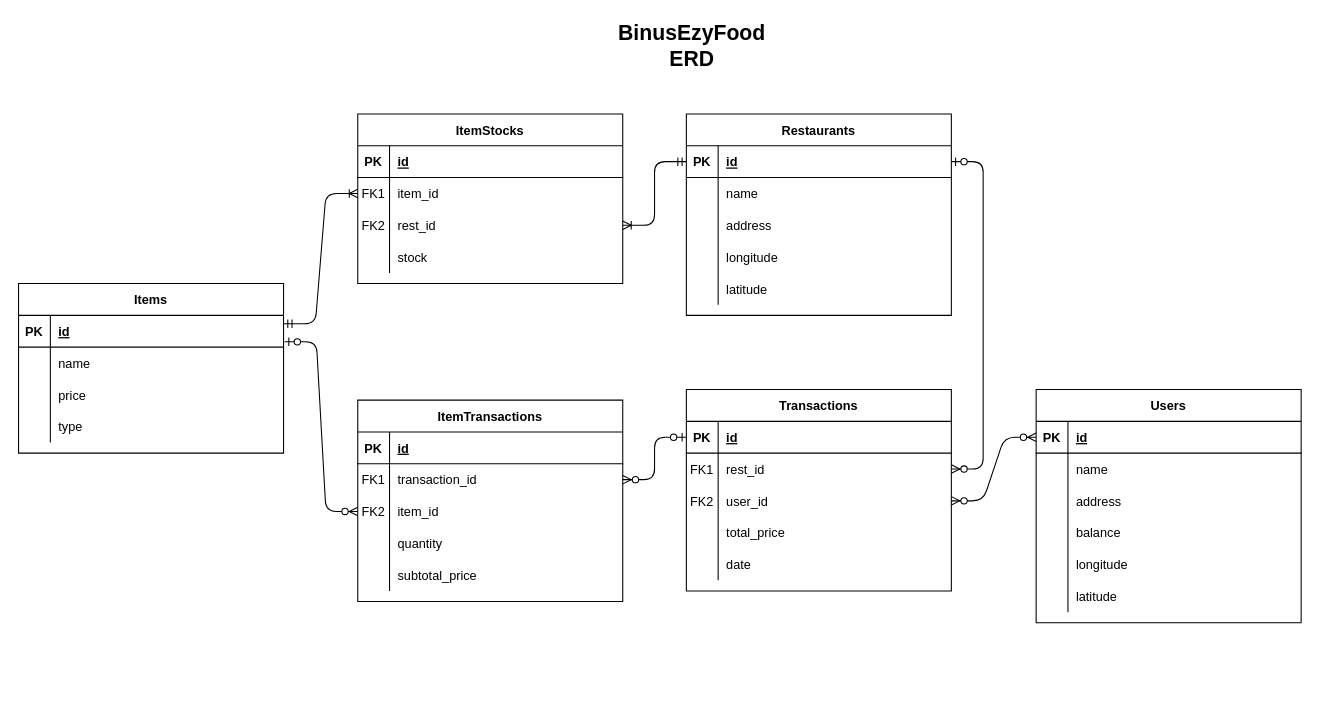
nurelhhh/BinusEzyFood keeps this draw.io diagram as erd/erd.drawio. Above is the earlier version. Source tidied: cells renumbered, new cells numbered last; positions are measured from the earlier drawing's top-left corner, leaving out a move shared by most shapes. Both pictures are drawn from the tidied source at 106%, with x=0, y=0 at pixel (18, 18).
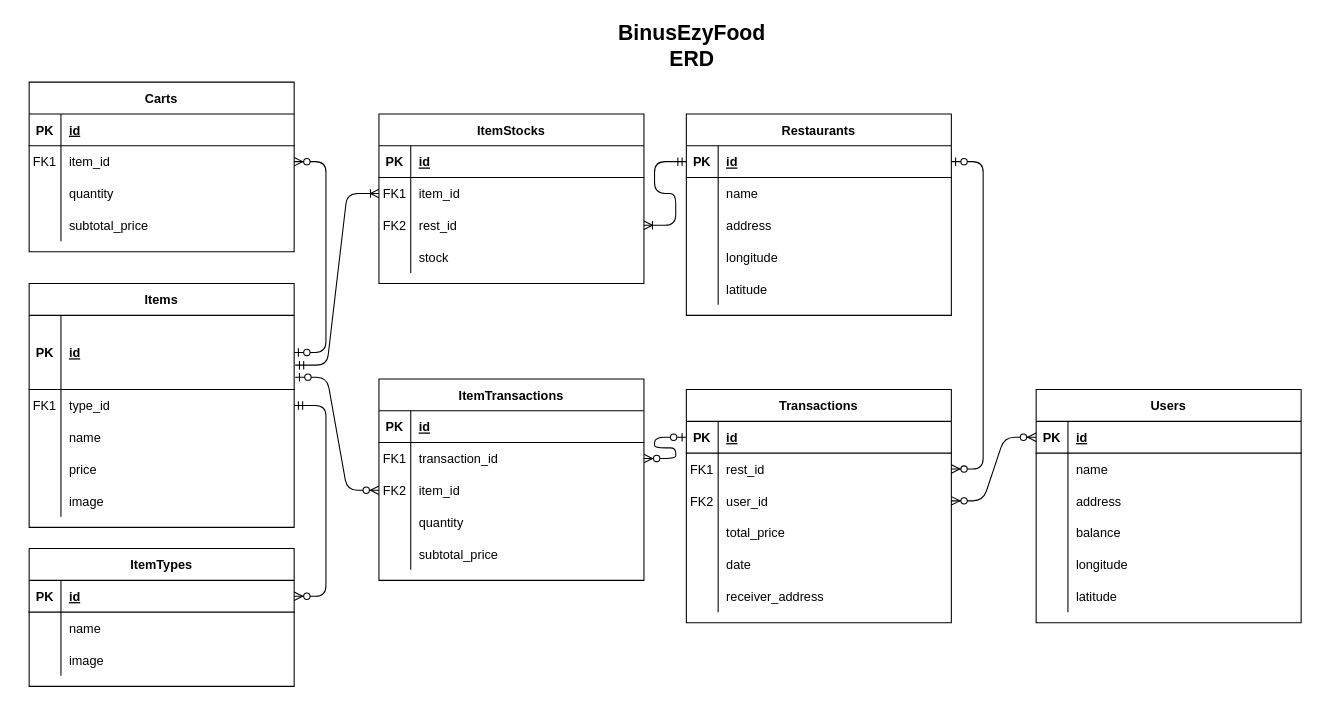
The same diagram, later.

Unchanged cells that the change refers to:
```xml
<mxCell id="35" style="shape=partialRectangle;fillColor=none;points=[[0,0.5],[1,0.5]];portConstraint=eastwest;top=0;left=0;right=0;bottom=0;" parent="31" vertex="1">
  <mxGeometry y="60" width="250" height="30" as="geometry" />
</mxCell>
```

What changed in the source:
```diff
@@
     <mxCell id="2" value="Items" style="shape=table;startSize=30;childLayout=tableLayout;rowLines=0;fontStyle=1;align=center;" parent="1" vertex="1">
-      <mxGeometry y="250" width="250" height="160" as="geometry" />
+      <mxGeometry x="10" y="250" width="250" height="230" as="geometry" />
     </mxCell>
     <mxCell id="3" style="shape=partialRectangle;fillColor=none;points=[[0,0.5],[1,0.5]];portConstraint=eastwest;top=0;left=0;right=0;bottom=1;" parent="2" vertex="1">
-      <mxGeometry y="30" width="250" height="30" as="geometry" />
+      <mxGeometry y="30" width="250" height="70" as="geometry" />
     </mxCell>
     <mxCell id="4" value="PK" style="shape=partialRectangle;overflow=hidden;fillColor=none;top=0;left=0;bottom=0;right=0;fontStyle=1;" parent="3" vertex="1">
-      <mxGeometry width="30" height="30" as="geometry" />
+      <mxGeometry width="30" height="70" as="geometry" />
     </mxCell>
     <mxCell id="5" value="id" style="shape=partialRectangle;overflow=hidden;fillColor=none;top=0;left=0;bottom=0;right=0;align=left;spacingLeft=6;fontStyle=5;" parent="3" vertex="1">
-      <mxGeometry x="30" width="220" height="30" as="geometry" />
+      <mxGeometry x="30" width="220" height="70" as="geometry" />
     </mxCell>
+    <mxCell id="12" style="shape=partialRectangle;fillColor=none;top=0;left=0;bottom=0;right=0;points=[[0,0.5],[1,0.5]];portConstraint=eastwest;" parent="2" vertex="1">
+      <mxGeometry y="100" width="250" height="30" as="geometry" />
+    </mxCell>
+    <mxCell id="13" value="FK1" style="shape=partialRectangle;fillColor=none;top=0;left=0;bottom=0;right=0;overflow=hidden;" parent="12" vertex="1">
+      <mxGeometry width="30" height="30" as="geometry" />
+    </mxCell>
+    <mxCell id="14" value="type_id" style="shape=partialRectangle;fillColor=none;top=0;left=0;bottom=0;right=0;align=left;spacingLeft=6;overflow=hidden;" parent="12" vertex="1">
+      <mxGeometry x="30" width="220" height="30" as="geometry" />
+    </mxCell>
     <mxCell id="6" style="shape=partialRectangle;fillColor=none;top=0;left=0;right=0;bottom=0;" parent="2" vertex="1">
-      <mxGeometry y="60" width="250" height="30" as="geometry" />
+      <mxGeometry y="130" width="250" height="30" as="geometry" />
     </mxCell>
@@
     <mxCell id="9" style="shape=partialRectangle;fillColor=none;top=0;left=0;bottom=0;right=0;" parent="2" vertex="1">
-      <mxGeometry y="90" width="250" height="30" as="geometry" />
+      <mxGeometry y="160" width="250" height="30" as="geometry" />
     </mxCell>
@@
-    <mxCell id="12" style="shape=partialRectangle;fillColor=none;top=0;left=0;bottom=0;right=0;points=[[0,0.5],[1,0.5]];portConstraint=eastwest;" parent="2" vertex="1">
-      <mxGeometry y="120" width="250" height="30" as="geometry" />
-    </mxCell>
-    <mxCell id="13" style="shape=partialRectangle;fillColor=none;top=0;left=0;bottom=0;right=0;overflow=hidden;" parent="12" vertex="1">
-      <mxGeometry width="30" height="30" as="geometry" />
-    </mxCell>
-    <mxCell id="14" value="type" style="shape=partialRectangle;fillColor=none;top=0;left=0;bottom=0;right=0;align=left;spacingLeft=6;overflow=hidden;" parent="12" vertex="1">
-      <mxGeometry x="30" width="220" height="30" as="geometry" />
-    </mxCell>
+    <mxCell id="102" style="shape=partialRectangle;fillColor=none;top=0;left=0;bottom=0;right=0;" parent="2" vertex="1">
+      <mxGeometry y="190" width="250" height="30" as="geometry" />
+    </mxCell>
+    <mxCell id="103" style="shape=partialRectangle;fillColor=none;top=0;left=0;bottom=0;right=0;overflow=hidden;" parent="102" vertex="1">
+      <mxGeometry width="30" height="30" as="geometry" />
+    </mxCell>
+    <mxCell id="104" value="image" style="shape=partialRectangle;fillColor=none;top=0;left=0;bottom=0;right=0;align=left;spacingLeft=6;overflow=hidden;" parent="102" vertex="1">
+      <mxGeometry x="30" width="220" height="30" as="geometry" />
+    </mxCell>
@@
     <mxCell id="31" value="ItemStocks" style="shape=table;startSize=30;childLayout=tableLayout;rowLines=0;fontStyle=1;align=center;" parent="1" vertex="1">
-      <mxGeometry x="320" y="90" width="250" height="160" as="geometry" />
+      <mxGeometry x="340" y="90" width="250" height="160" as="geometry" />
     </mxCell>
@@
-    <mxCell id="44" style="edgeStyle=entityRelationEdgeStyle;fontSize=12;html=1;endArrow=ERoneToMany;startArrow=ERmandOne;exitX=1;exitY=0.267;exitDx=0;exitDy=0;entryX=0;entryY=0.5;entryDx=0;entryDy=0;exitPerimeter=0;" parent="1" edge="1" source="3" target="35">
+    <mxCell id="44" style="edgeStyle=entityRelationEdgeStyle;fontSize=12;html=1;endArrow=ERoneToMany;startArrow=ERmandOne;exitX=1.004;exitY=0.671;exitDx=0;exitDy=0;entryX=0;entryY=0.5;entryDx=0;entryDy=0;exitPerimeter=0;" parent="1" edge="1" source="3" target="35">
       <mxGeometry relative="1" as="geometry" />
     </mxCell>
     <mxCell id="45" value="ItemTransactions" style="shape=table;startSize=30;childLayout=tableLayout;rowLines=0;fontStyle=1;align=center;" parent="1" vertex="1">
-      <mxGeometry x="320" y="360" width="250" height="190" as="geometry" />
+      <mxGeometry x="340" y="340" width="250" height="190" as="geometry" />
     </mxCell>
@@
     <mxCell id="61" value="Transactions" style="shape=table;startSize=30;childLayout=tableLayout;rowLines=0;fontStyle=1;align=center;" parent="1" vertex="1">
-      <mxGeometry x="630" y="350" width="250" height="190" as="geometry" />
+      <mxGeometry x="630" y="350" width="250" height="220" as="geometry" />
     </mxCell>
@@
+    <mxCell id="105" style="shape=partialRectangle;fillColor=none;top=0;left=0;bottom=0;right=0;" parent="61" vertex="1">
+      <mxGeometry y="180" width="250" height="30" as="geometry" />
+    </mxCell>
+    <mxCell id="106" style="shape=partialRectangle;fillColor=none;top=0;left=0;bottom=0;right=0;overflow=hidden;" parent="105" vertex="1">
+      <mxGeometry width="30" height="30" as="geometry" />
+    </mxCell>
+    <mxCell id="107" value="receiver_address" style="shape=partialRectangle;fillColor=none;top=0;left=0;bottom=0;right=0;align=left;spacingLeft=6;overflow=hidden;" parent="105" vertex="1">
+      <mxGeometry x="30" width="220" height="30" as="geometry" />
+    </mxCell>
@@
+    <mxCell id="108" value="ItemTypes" style="shape=table;startSize=30;childLayout=tableLayout;rowLines=0;fontStyle=1;align=center;" parent="1" vertex="1">
+      <mxGeometry x="10" y="500" width="250" height="130" as="geometry" />
+    </mxCell>
+    <mxCell id="109" style="shape=partialRectangle;fillColor=none;points=[[0,0.5],[1,0.5]];portConstraint=eastwest;top=0;left=0;right=0;bottom=1;" parent="108" vertex="1">
+      <mxGeometry y="30" width="250" height="30" as="geometry" />
+    </mxCell>
+    <mxCell id="110" value="PK" style="shape=partialRectangle;overflow=hidden;fillColor=none;top=0;left=0;bottom=0;right=0;fontStyle=1;" parent="109" vertex="1">
+      <mxGeometry width="30" height="30" as="geometry" />
+    </mxCell>
+    <mxCell id="111" value="id" style="shape=partialRectangle;overflow=hidden;fillColor=none;top=0;left=0;bottom=0;right=0;align=left;spacingLeft=6;fontStyle=5;" parent="109" vertex="1">
+      <mxGeometry x="30" width="220" height="30" as="geometry" />
+    </mxCell>
+    <mxCell id="112" style="shape=partialRectangle;fillColor=none;top=0;left=0;right=0;bottom=0;" parent="108" vertex="1">
+      <mxGeometry y="60" width="250" height="30" as="geometry" />
+    </mxCell>
+    <mxCell id="113" style="shape=partialRectangle;overflow=hidden;fillColor=none;top=0;left=0;bottom=0;right=0;" parent="112" vertex="1">
+      <mxGeometry width="30" height="30" as="geometry" />
+    </mxCell>
+    <mxCell id="114" value="name" style="shape=partialRectangle;overflow=hidden;fillColor=none;top=0;left=0;bottom=0;right=0;align=left;spacingLeft=6;" parent="112" vertex="1">
+      <mxGeometry x="30" width="220" height="30" as="geometry" />
+    </mxCell>
+    <mxCell id="115" style="shape=partialRectangle;fillColor=none;top=0;left=0;bottom=0;right=0;" parent="108" vertex="1">
+      <mxGeometry y="90" width="250" height="30" as="geometry" />
+    </mxCell>
+    <mxCell id="116" style="shape=partialRectangle;fillColor=none;top=0;left=0;bottom=0;right=0;overflow=hidden;" parent="115" vertex="1">
+      <mxGeometry width="30" height="30" as="geometry" />
+    </mxCell>
+    <mxCell id="117" value="image" style="shape=partialRectangle;fillColor=none;top=0;left=0;bottom=0;right=0;align=left;spacingLeft=6;overflow=hidden;" parent="115" vertex="1">
+      <mxGeometry x="30" width="220" height="30" as="geometry" />
+    </mxCell>
+    <mxCell id="118" style="edgeStyle=entityRelationEdgeStyle;fontSize=12;html=1;endArrow=ERzeroToMany;startArrow=ERmandOne;exitX=1;exitY=0.5;exitDx=0;exitDy=0;entryX=1;entryY=0.5;entryDx=0;entryDy=0;" parent="1" edge="1" source="12" target="109">
+      <mxGeometry relative="1" as="geometry" />
+    </mxCell>
+    <mxCell id="119" value="Carts" style="shape=table;startSize=30;childLayout=tableLayout;rowLines=0;fontStyle=1;align=center;" parent="1" vertex="1">
+      <mxGeometry x="10" y="60" width="250" height="160" as="geometry" />
+    </mxCell>
+    <mxCell id="120" style="shape=partialRectangle;fillColor=none;top=0;left=0;right=0;bottom=1;" parent="119" vertex="1">
+      <mxGeometry y="30" width="250" height="30" as="geometry" />
+    </mxCell>
+    <mxCell id="121" value="PK" style="shape=partialRectangle;overflow=hidden;fillColor=none;top=0;left=0;bottom=0;right=0;fontStyle=1;" parent="120" vertex="1">
+      <mxGeometry width="30" height="30" as="geometry" />
+    </mxCell>
+    <mxCell id="122" value="id" style="shape=partialRectangle;overflow=hidden;fillColor=none;top=0;left=0;bottom=0;right=0;align=left;spacingLeft=6;fontStyle=5;" parent="120" vertex="1">
+      <mxGeometry x="30" width="220" height="30" as="geometry" />
+    </mxCell>
+    <mxCell id="123" style="shape=partialRectangle;fillColor=none;points=[[0,0.5],[1,0.5]];portConstraint=eastwest;top=0;left=0;right=0;bottom=0;" parent="119" vertex="1">
+      <mxGeometry y="60" width="250" height="30" as="geometry" />
+    </mxCell>
+    <mxCell id="124" value="FK1" style="shape=partialRectangle;overflow=hidden;fillColor=none;top=0;left=0;bottom=0;right=0;" parent="123" vertex="1">
+      <mxGeometry width="30" height="30" as="geometry" />
+    </mxCell>
+    <mxCell id="125" value="item_id" style="shape=partialRectangle;overflow=hidden;fillColor=none;top=0;left=0;bottom=0;right=0;align=left;spacingLeft=6;" parent="123" vertex="1">
+      <mxGeometry x="30" width="220" height="30" as="geometry" />
+    </mxCell>
+    <mxCell id="126" style="shape=partialRectangle;fillColor=none;top=0;left=0;bottom=0;right=0;" parent="119" vertex="1">
+      <mxGeometry y="90" width="250" height="30" as="geometry" />
+    </mxCell>
+    <mxCell id="127" style="shape=partialRectangle;fillColor=none;top=0;left=0;bottom=0;right=0;overflow=hidden;" parent="126" vertex="1">
+      <mxGeometry width="30" height="30" as="geometry" />
+    </mxCell>
+    <mxCell id="128" value="quantity" style="shape=partialRectangle;fillColor=none;top=0;left=0;bottom=0;right=0;align=left;spacingLeft=6;overflow=hidden;" parent="126" vertex="1">
+      <mxGeometry x="30" width="220" height="30" as="geometry" />
+    </mxCell>
+    <mxCell id="129" style="shape=partialRectangle;fillColor=none;top=0;left=0;bottom=0;right=0;" parent="119" vertex="1">
+      <mxGeometry y="120" width="250" height="30" as="geometry" />
+    </mxCell>
+    <mxCell id="130" style="shape=partialRectangle;fillColor=none;top=0;left=0;bottom=0;right=0;overflow=hidden;" parent="129" vertex="1">
+      <mxGeometry width="30" height="30" as="geometry" />
+    </mxCell>
+    <mxCell id="131" value="subtotal_price" style="shape=partialRectangle;fillColor=none;top=0;left=0;bottom=0;right=0;align=left;spacingLeft=6;overflow=hidden;" parent="129" vertex="1">
+      <mxGeometry x="30" width="220" height="30" as="geometry" />
+    </mxCell>
+    <mxCell id="132" style="edgeStyle=entityRelationEdgeStyle;fontSize=12;html=1;endArrow=ERzeroToMany;startArrow=ERzeroToOne;entryX=1;entryY=0.5;entryDx=0;entryDy=0;exitX=1;exitY=0.5;exitDx=0;exitDy=0;" parent="1" edge="1" source="3" target="123">
+      <mxGeometry relative="1" as="geometry" />
+    </mxCell>
```
